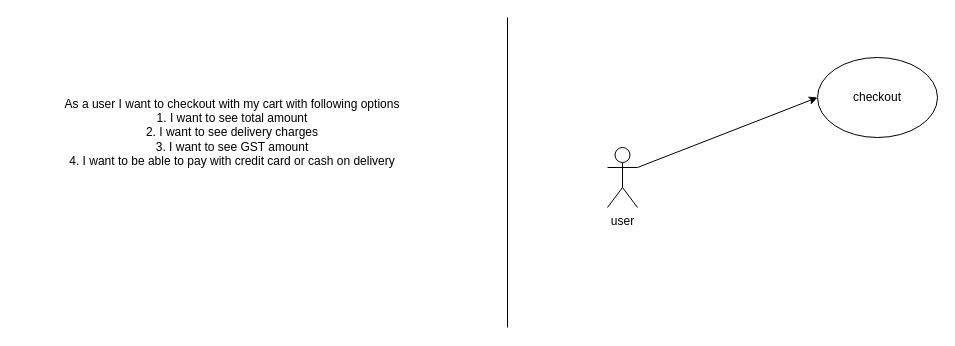
Above: use-case/checkout.drawio in rd-raven/stirzz-design (draw.io), before the change. Source tidied: cells renumbered, new cells numbered last; positions are measured from the earlier drawing's top-left corner, leaving out a move shared by most shapes. Both pictures are drawn from the tidied source at 100%, with x=0, y=0 at pixel (17, 17).
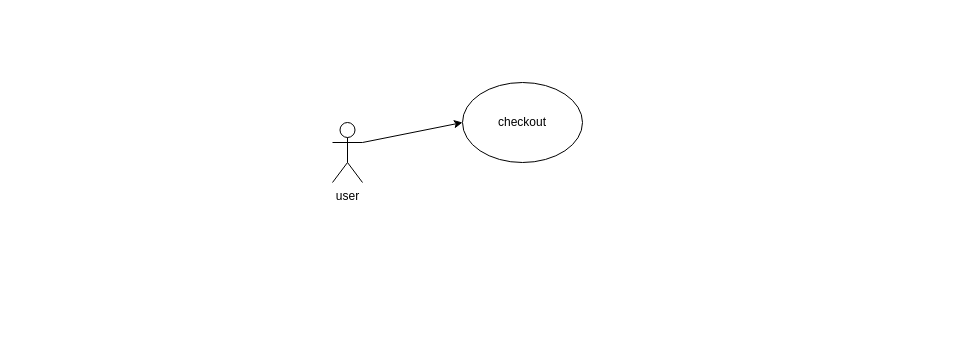
The same diagram, later.

Diff of the diagram source:
```diff
@@
 <mxGraphModel>
   <root>
     <mxCell id="0" />
     <mxCell id="1" parent="0" />
     <mxCell id="2" style="rounded=0;jettySize=auto;html=1;exitX=1;exitY=0.3333333333333333;exitDx=0;exitDy=0;exitPerimeter=0;entryX=0;entryY=0.5;entryDx=0;entryDy=0;" parent="1" edge="1" source="3" target="4">
       <mxGeometry relative="1" as="geometry" />
     </mxCell>
     <mxCell id="3" value="user" style="shape=umlActor;verticalLabelPosition=bottom;verticalAlign=top;html=1;outlineConnect=0;" parent="1" vertex="1">
-      <mxGeometry x="590" y="130" width="30" height="60" as="geometry" />
+      <mxGeometry x="315" y="105" width="30" height="60" as="geometry" />
     </mxCell>
     <mxCell id="4" value="checkout" style="ellipse;whiteSpace=wrap;html=1;" parent="1" vertex="1">
-      <mxGeometry x="800" y="40" width="120" height="80" as="geometry" />
+      <mxGeometry x="445" y="65" width="120" height="80" as="geometry" />
     </mxCell>
-    <mxCell id="5" value="&lt;div&gt;As a user I want to checkout with my cart with following options&lt;/div&gt;&lt;div&gt;1. I want to see total amount&lt;/div&gt;&lt;div&gt;2. I want to see delivery charges&lt;br&gt;&lt;/div&gt;&lt;div&gt;3. I want to see GST amount&lt;/div&gt;&lt;div&gt;4. I want to be able to pay with credit card or cash on delivery&lt;br&gt;&lt;/div&gt;" style="text;html=1;align=center;verticalAlign=middle;whiteSpace=wrap;rounded=0;" parent="1" vertex="1">
-      <mxGeometry y="5" width="430" height="220" as="geometry" />
-    </mxCell>
-    <mxCell id="6" style="endArrow=none;html=1;rounded=0;" parent="1" edge="1">
-      <mxGeometry relative="1" as="geometry">
-        <mxPoint x="490" y="310" as="sourcePoint" />
-        <mxPoint x="490" as="targetPoint" />
-      </mxGeometry>
-    </mxCell>
   </root>
 </mxGraphModel>
```
